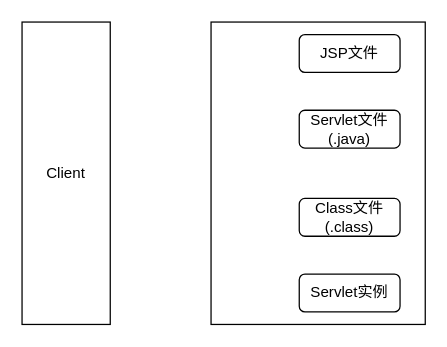
Before: share/未命名绘图.drawio in mythwind/BigData, a draw.io diagram. Source tidied: cells renumbered, new cells numbered last; positions are measured from the earlier drawing's top-left corner, leaving out a move shared by most shapes. Both pictures are drawn from the tidied source at 126%, with x=0, y=0 at pixel (21, 21).
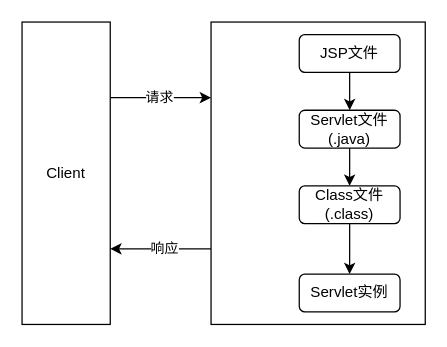
Above is the later version.

Commit message:
更新未命名绘图.drawio

What changed in the source:
```diff
@@
 <mxGraphModel>
   <root>
     <mxCell id="0" />
     <mxCell id="1" parent="0" />
+    <mxCell id="8" style="edgeStyle=orthogonalEdgeStyle;rounded=0;jettySize=auto;html=1;exitX=1;exitY=0.25;exitDx=0;exitDy=0;entryX=0;entryY=0.25;entryDx=0;entryDy=0;" parent="1" edge="1" source="2" target="3">
+      <mxGeometry relative="1" as="geometry" />
+    </mxCell>
+    <mxCell id="9" value="请求" style="edgeLabel;html=1;align=center;verticalAlign=middle;" parent="8" vertex="1">
+      <mxGeometry x="-0.05" relative="1" as="geometry" />
+    </mxCell>
     <mxCell id="2" value="Client" style="rounded=0;whiteSpace=wrap;html=1;" parent="1" vertex="1">
       <mxGeometry width="70" height="240" as="geometry" />
     </mxCell>
+    <mxCell id="10" style="edgeStyle=orthogonalEdgeStyle;rounded=0;jettySize=auto;html=1;exitX=0;exitY=0.75;exitDx=0;exitDy=0;entryX=1;entryY=0.75;entryDx=0;entryDy=0;" parent="1" edge="1" source="3" target="2">
+      <mxGeometry relative="1" as="geometry" />
+    </mxCell>
+    <mxCell id="11" value="响应" style="edgeLabel;html=1;align=center;verticalAlign=middle;" parent="10" vertex="1">
+      <mxGeometry x="-0.05" y="-1" relative="1" as="geometry" />
+    </mxCell>
     <mxCell id="3" style="rounded=0;whiteSpace=wrap;html=1;" parent="1" vertex="1">
       <mxGeometry x="150" width="170" height="240" as="geometry" />
     </mxCell>
+    <mxCell id="12" style="edgeStyle=orthogonalEdgeStyle;rounded=0;jettySize=auto;html=1;exitX=0.5;exitY=1;exitDx=0;exitDy=0;entryX=0.5;entryY=0;entryDx=0;entryDy=0;" parent="1" edge="1" source="4" target="5">
+      <mxGeometry relative="1" as="geometry" />
+    </mxCell>
     <mxCell id="4" value="JSP文件" style="rounded=1;whiteSpace=wrap;html=1;" parent="1" vertex="1">
       <mxGeometry x="220" y="10" width="80" height="30" as="geometry" />
     </mxCell>
+    <mxCell id="13" style="edgeStyle=orthogonalEdgeStyle;rounded=0;jettySize=auto;html=1;exitX=0.5;exitY=1;exitDx=0;exitDy=0;entryX=0.5;entryY=0;entryDx=0;entryDy=0;" parent="1" edge="1" source="5" target="6">
+      <mxGeometry relative="1" as="geometry" />
+    </mxCell>
     <mxCell id="5" value="Servlet文件(.java)" style="rounded=1;whiteSpace=wrap;html=1;" parent="1" vertex="1">
       <mxGeometry x="220" y="70" width="80" height="30" as="geometry" />
     </mxCell>
+    <mxCell id="14" style="edgeStyle=orthogonalEdgeStyle;rounded=0;jettySize=auto;html=1;exitX=0.5;exitY=1;exitDx=0;exitDy=0;entryX=0.5;entryY=0;entryDx=0;entryDy=0;" parent="1" edge="1" source="6" target="7">
+      <mxGeometry relative="1" as="geometry" />
+    </mxCell>
     <mxCell id="6" value="Class文件(.class)" style="rounded=1;whiteSpace=wrap;html=1;" parent="1" vertex="1">
-      <mxGeometry x="220" y="140" width="80" height="30" as="geometry" />
+      <mxGeometry x="220" y="130" width="80" height="30" as="geometry" />
     </mxCell>
     <mxCell id="7" value="Servlet实例" style="rounded=1;whiteSpace=wrap;html=1;" parent="1" vertex="1">
       <mxGeometry x="220" y="200" width="80" height="30" as="geometry" />
     </mxCell>
   </root>
 </mxGraphModel>
```
